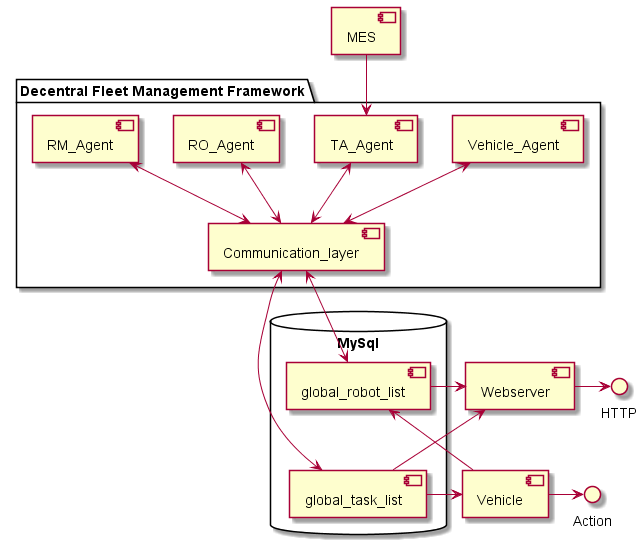
The PlantUML diagram robotino_core/docs/out/connection_diagram.png in MatthiasDR96/robotino_control, before a commit.
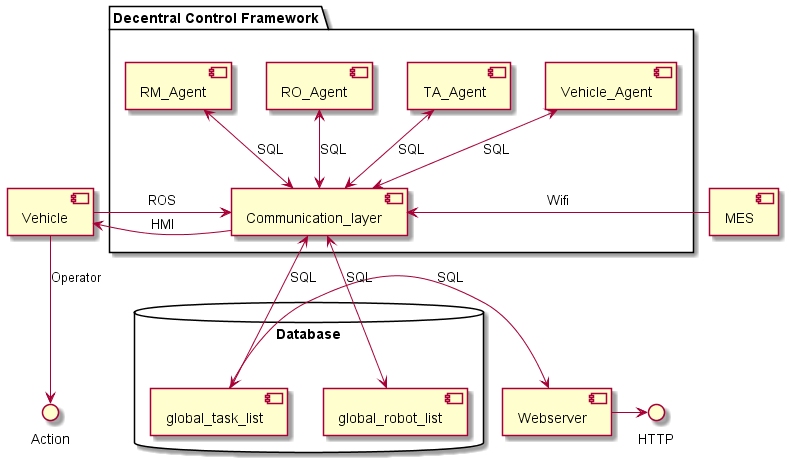
The same file after the commit.

The edit, as a diff of the source:
```diff
@@ -1,6 +1,6 @@
 @startuml connection_diagram
 
-package "Decentral Fleet Management Framework" {
+package "Decentral Control Framework" {
 
     [Communication_layer]
     [Vehicle_Agent]
@@ -10,32 +10,28 @@
 
 }
 
-database "MySql" {
+database "Database" {
 
     [global_robot_list]
     [global_task_list]
 
 }
 
-[global_robot_list] -[hidden]- [global_task_list]
-[Webserver] -[hidden]- [Vehicle]
+[Vehicle] -> [Communication_layer] : ROS
+[Vehicle] <- [Communication_layer] : HMI
+[Vehicle] --> Action : Operator
 
-[global_task_list] -> [Vehicle]
-[Vehicle] -> [global_robot_list]
-[Vehicle] -> Action
-
-[global_task_list] -> [Webserver]
-[global_robot_list] -> [Webserver]
+[global_task_list] -> [Webserver] : SQL
 [Webserver] -> HTTP
 
-[TA_Agent] <--> [Communication_layer]
-[RO_Agent] <--> [Communication_layer]
-[RM_Agent] <--> [Communication_layer]
-[Vehicle_Agent] <--> [Communication_layer]
+[TA_Agent] <--> [Communication_layer] : SQL
+[RO_Agent] <--> [Communication_layer] : SQL
+[RM_Agent] <--> [Communication_layer] : SQL
+[Vehicle_Agent] <--> [Communication_layer] : SQL
 
-[Communication_layer] <--> [global_task_list]
-[Communication_layer] <--> [global_robot_list]
+[Communication_layer] <--> [global_task_list] : SQL
+[Communication_layer] <--> [global_robot_list] : SQL
 
-[MES] --> [TA_Agent]
+[MES] -> [Communication_layer] : Wifi
 
 @enduml
```
